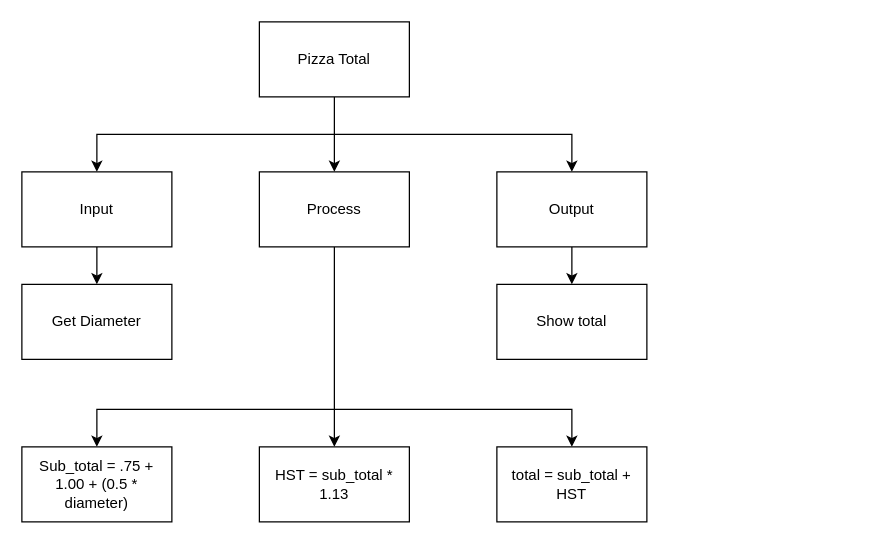
Peter-Gemmell/ICS3U-Unit3-02-Python keeps this draw.io diagram as topdown.drawio. Above is the earlier version. Source tidied: cells renumbered, new cells numbered last; positions are measured from the earlier drawing's top-left corner, leaving out a move shared by most shapes. Both pictures are drawn from the tidied source at 125%, with x=0, y=0 at pixel (21, 21).
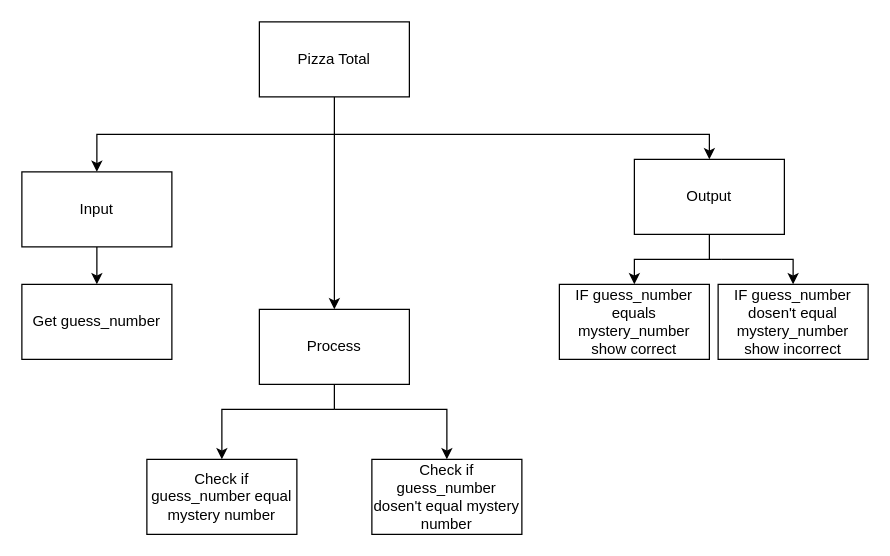
The same page after the edit.

The edit, as a diff of the source:
```diff
@@
     <mxCell id="3" style="edgeStyle=none;html=1;entryX=0.5;entryY=0;entryDx=0;entryDy=0;rounded=0;" parent="1" edge="1" target="13">
       <mxGeometry relative="1" as="geometry">
         <mxPoint x="250" y="90" as="sourcePoint" />
         <Array as="points">
-          <mxPoint x="440" y="90" />
+          <mxPoint x="550" y="90" />
         </Array>
       </mxGeometry>
     </mxCell>
@@
-    <mxCell id="8" style="edgeStyle=none;rounded=0;html=1;" parent="1" edge="1" source="11" target="16">
-      <mxGeometry relative="1" as="geometry" />
-    </mxCell>
     <mxCell id="9" style="edgeStyle=none;rounded=0;html=1;entryX=0.5;entryY=0;entryDx=0;entryDy=0;" parent="1" edge="1" target="18">
       <mxGeometry relative="1" as="geometry">
         <mxPoint x="250" y="310" as="sourcePoint" />
         <Array as="points">
-          <mxPoint x="440" y="310" />
+          <mxPoint x="340" y="310" />
         </Array>
       </mxGeometry>
     </mxCell>
     <mxCell id="10" style="edgeStyle=none;rounded=0;html=1;entryX=0.5;entryY=0;entryDx=0;entryDy=0;" parent="1" edge="1" target="17">
       <mxGeometry relative="1" as="geometry">
         <mxPoint x="250" y="310" as="sourcePoint" />
         <Array as="points">
-          <mxPoint x="60" y="310" />
+          <mxPoint x="160" y="310" />
         </Array>
       </mxGeometry>
     </mxCell>
     <mxCell id="11" value="Process" style="rounded=0;whiteSpace=wrap;html=1;" parent="1" vertex="1">
-      <mxGeometry x="190" y="120" width="120" height="60" as="geometry" />
+      <mxGeometry x="190" y="230" width="120" height="60" as="geometry" />
     </mxCell>
-    <mxCell id="12" style="edgeStyle=none;rounded=0;html=1;" parent="1" edge="1" source="13" target="15">
-      <mxGeometry relative="1" as="geometry" />
+    <mxCell id="12" style="edgeStyle=none;rounded=0;html=1;entryX=0.5;entryY=0;entryDx=0;entryDy=0;" parent="1" edge="1" target="15">
+      <mxGeometry relative="1" as="geometry">
+        <mxPoint x="560" y="190" as="sourcePoint" />
+        <Array as="points">
+          <mxPoint x="490" y="190" />
+        </Array>
+      </mxGeometry>
     </mxCell>
+    <mxCell id="19" style="edgeStyle=none;html=1;rounded=0;entryX=0.5;entryY=0;entryDx=0;entryDy=0;" parent="1" edge="1" target="21">
+      <mxGeometry relative="1" as="geometry">
+        <mxPoint x="560" y="190" as="sourcePoint" />
+        <Array as="points">
+          <mxPoint x="617" y="190" />
+        </Array>
+      </mxGeometry>
+    </mxCell>
     <mxCell id="13" value="Output" style="rounded=0;whiteSpace=wrap;html=1;" parent="1" vertex="1">
-      <mxGeometry x="380" y="120" width="120" height="60" as="geometry" />
+      <mxGeometry x="490" y="110" width="120" height="60" as="geometry" />
     </mxCell>
-    <mxCell id="14" value="Get Diameter" style="rounded=0;whiteSpace=wrap;html=1;" parent="1" vertex="1">
+    <mxCell id="14" value="Get guess_number" style="rounded=0;whiteSpace=wrap;html=1;" parent="1" vertex="1">
       <mxGeometry y="210" width="120" height="60" as="geometry" />
     </mxCell>
-    <mxCell id="15" value="Show total" style="rounded=0;whiteSpace=wrap;html=1;" parent="1" vertex="1">
-      <mxGeometry x="380" y="210" width="120" height="60" as="geometry" />
+    <mxCell id="15" value="IF guess_number equals mystery_number show correct" style="rounded=0;whiteSpace=wrap;html=1;" parent="1" vertex="1">
+      <mxGeometry x="430" y="210" width="120" height="60" as="geometry" />
     </mxCell>
-    <mxCell id="16" value="HST = sub_total * 1.13" style="rounded=0;whiteSpace=wrap;html=1;" parent="1" vertex="1">
-      <mxGeometry x="190" y="340" width="120" height="60" as="geometry" />
-    </mxCell>
-    <mxCell id="17" value="Sub_total = .75 + 1.00 + (0.5 * diameter)" style="rounded=0;whiteSpace=wrap;html=1;" parent="1" vertex="1">
-      <mxGeometry y="340" width="120" height="60" as="geometry" />
+    <mxCell id="17" value="Check if guess_number equal mystery number" style="rounded=0;whiteSpace=wrap;html=1;" parent="1" vertex="1">
+      <mxGeometry x="100" y="350" width="120" height="60" as="geometry" />
     </mxCell>
-    <mxCell id="18" value="total = sub_total + HST" style="rounded=0;whiteSpace=wrap;html=1;" parent="1" vertex="1">
-      <mxGeometry x="380" y="340" width="120" height="60" as="geometry" />
+    <mxCell id="18" value="Check if guess_number dosen't equal mystery number" style="rounded=0;whiteSpace=wrap;html=1;" parent="1" vertex="1">
+      <mxGeometry x="280" y="350" width="120" height="60" as="geometry" />
     </mxCell>
+    <mxCell id="20" style="endArrow=none;html=1;exitX=0.5;exitY=1;exitDx=0;exitDy=0;" parent="1" edge="1" source="11">
+      <mxGeometry relative="1" as="geometry">
+        <mxPoint x="250" y="310" as="targetPoint" />
+      </mxGeometry>
+    </mxCell>
+    <mxCell id="21" value="IF guess_number dosen't equal mystery_number show incorrect" style="rounded=0;whiteSpace=wrap;html=1;" parent="1" vertex="1">
+      <mxGeometry x="557" y="210" width="120" height="60" as="geometry" />
+    </mxCell>
+    <mxCell id="22" style="endArrow=none;html=1;rounded=0;entryX=0.5;entryY=1;entryDx=0;entryDy=0;" parent="1" edge="1" target="13">
+      <mxGeometry relative="1" as="geometry">
+        <mxPoint x="550" y="190" as="sourcePoint" />
+      </mxGeometry>
+    </mxCell>
```
